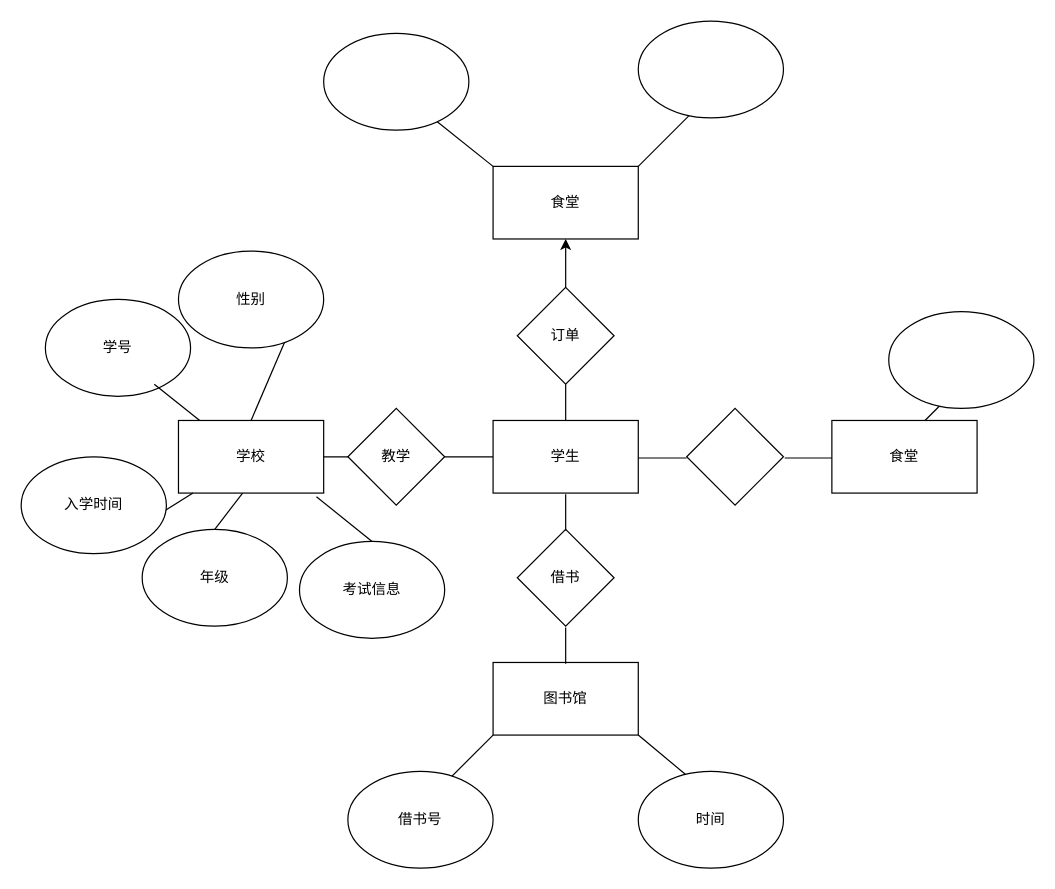
Before: 比赛一站式校园服务系统e-r.drawio in postgraduate1/action3, a draw.io diagram. Source tidied: cells renumbered, new cells numbered last; positions are measured from the earlier drawing's top-left corner, leaving out a move shared by most shapes. Both pictures are drawn from the tidied source at 121%, with x=0, y=0 at pixel (21, 21).
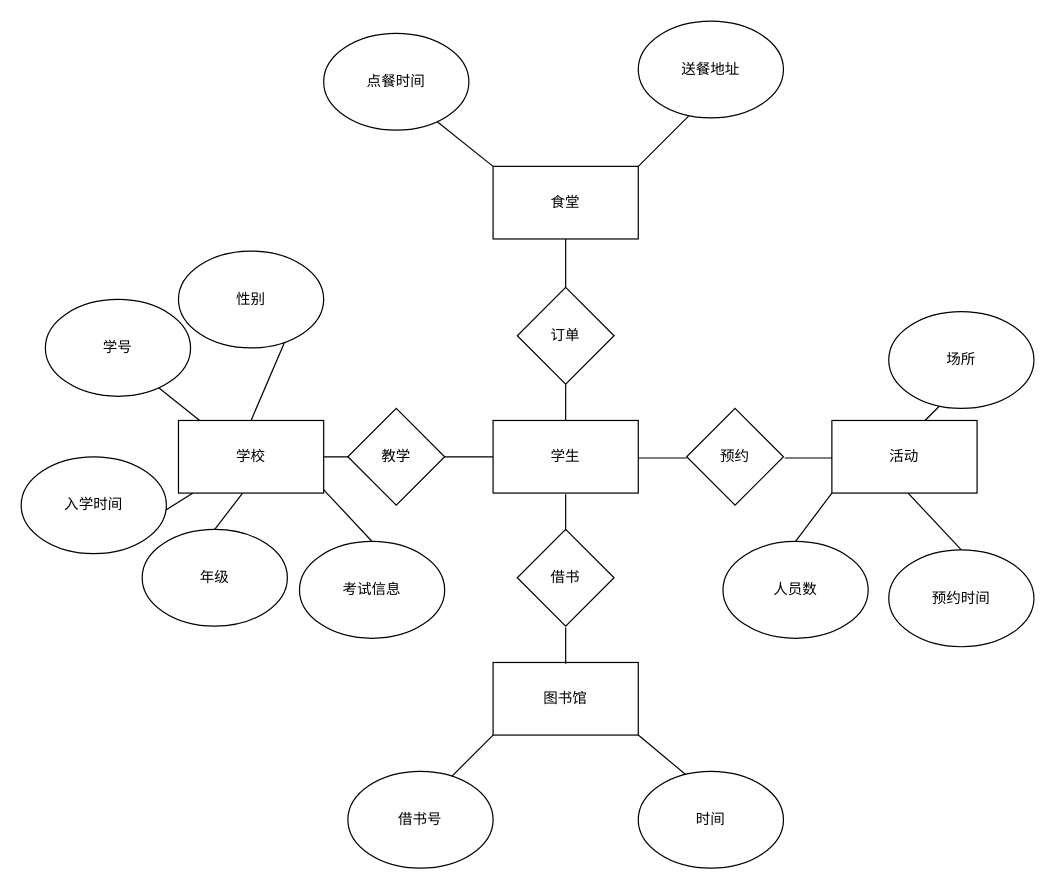
The same diagram, later.

Commit message (it also covers changes not shown here):
更新比赛一站式校园服务系统e-r.drawio

The change refers to these unchanged cells:
```xml
<mxCell id="4" value="订单" style="rhombus;whiteSpace=wrap;html=1;" parent="1" vertex="1">
  <mxGeometry x="410" y="220" width="80" height="80" as="geometry" />
</mxCell>
<mxCell id="5" value="食堂" style="whiteSpace=wrap;html=1;" parent="1" vertex="1">
  <mxGeometry x="390" y="120" width="120" height="60" as="geometry" />
</mxCell>
<mxCell id="37" value="考试信息" style="ellipse;whiteSpace=wrap;html=1;" parent="1" vertex="1">
  <mxGeometry x="230" y="430" width="120" height="80" as="geometry" />
</mxCell>
```

The edit, as a diff of the source:
```diff
@@
-    <mxCell id="3" style="edgeStyle=orthogonalEdgeStyle;rounded=0;jettySize=auto;html=1;" parent="1" edge="1" source="4" target="5">
-      <mxGeometry relative="1" as="geometry" />
-    </mxCell>
@@
-    <mxCell id="9" style="rhombus;whiteSpace=wrap;html=1;" parent="1" vertex="1">
+    <mxCell id="9" value="预约" style="rhombus;whiteSpace=wrap;html=1;" parent="1" vertex="1">
       <mxGeometry x="550" y="320" width="80" height="80" as="geometry" />
     </mxCell>
@@
-    <mxCell id="22" style="ellipse;whiteSpace=wrap;html=1;" parent="1" vertex="1">
+    <mxCell id="22" value="点餐时间" style="ellipse;whiteSpace=wrap;html=1;" parent="1" vertex="1">
       <mxGeometry x="250" y="10" width="120" height="80" as="geometry" />
     </mxCell>
-    <mxCell id="23" style="ellipse;whiteSpace=wrap;html=1;" parent="1" vertex="1">
+    <mxCell id="23" value="送餐地址" style="ellipse;whiteSpace=wrap;html=1;" parent="1" vertex="1">
       <mxGeometry x="510" width="120" height="80" as="geometry" />
     </mxCell>
@@
-    <mxCell id="25" style="ellipse;whiteSpace=wrap;html=1;" parent="1" vertex="1">
+    <mxCell id="25" value="场所" style="ellipse;whiteSpace=wrap;html=1;" parent="1" vertex="1">
       <mxGeometry x="717" y="240" width="120" height="80" as="geometry" />
     </mxCell>
@@
-    <mxCell id="27" value="食堂" style="whiteSpace=wrap;html=1;" parent="1" vertex="1">
+    <mxCell id="27" value="活动" style="whiteSpace=wrap;html=1;" parent="1" vertex="1">
       <mxGeometry x="670" y="330" width="120" height="60" as="geometry" />
     </mxCell>
-    <mxCell id="28" value="学号" style="ellipse;whiteSpace=wrap;html=1;" parent="1" vertex="1">
-      <mxGeometry x="20" y="230" width="120" height="80" as="geometry" />
-    </mxCell>
@@
-    <mxCell id="30" value="学校" style="whiteSpace=wrap;html=1;" parent="1" vertex="1">
-      <mxGeometry x="130" y="330" width="120" height="60" as="geometry" />
-    </mxCell>
@@
-    <mxCell id="38" style="endArrow=none;html=1;rounded=0;exitX=0.5;exitY=0;exitDx=0;exitDy=0;entryX=0.95;entryY=1.05;entryDx=0;entryDy=0;entryPerimeter=0;" parent="1" edge="1" source="37" target="30">
+    <mxCell id="38" style="endArrow=none;html=1;rounded=0;exitX=0.5;exitY=0;exitDx=0;exitDy=0;entryX=0.967;entryY=0.883;entryDx=0;entryDy=0;entryPerimeter=0;" parent="1" edge="1" source="37" target="30">
       <mxGeometry relative="1" as="geometry" />
     </mxCell>
+    <mxCell id="39" style="endArrow=none;html=1;rounded=0;exitX=0.5;exitY=0;exitDx=0;exitDy=0;entryX=0.967;entryY=0.883;entryDx=0;entryDy=0;entryPerimeter=0;" parent="1" edge="1" source="40">
+      <mxGeometry relative="1" as="geometry">
+        <mxPoint x="733" y="390" as="targetPoint" />
+      </mxGeometry>
+    </mxCell>
+    <mxCell id="40" value="预约时间" style="ellipse;whiteSpace=wrap;html=1;" parent="1" vertex="1">
+      <mxGeometry x="717" y="437" width="120" height="80" as="geometry" />
+    </mxCell>
+    <mxCell id="41" value="&lt;div&gt;人员数&lt;br&gt;&lt;/div&gt;" style="ellipse;whiteSpace=wrap;html=1;" parent="1" vertex="1">
+      <mxGeometry x="580" y="430" width="120" height="80" as="geometry" />
+    </mxCell>
+    <mxCell id="42" style="endArrow=none;html=1;rounded=0;exitX=0.5;exitY=0;exitDx=0;exitDy=0;entryX=0;entryY=1;entryDx=0;entryDy=0;" parent="1" edge="1" source="41" target="27">
+      <mxGeometry relative="1" as="geometry" />
+    </mxCell>
+    <mxCell id="3" style="endArrow=none;html=1;rounded=0;exitX=0.5;exitY=0;exitDx=0;exitDy=0;entryX=0.5;entryY=1;entryDx=0;entryDy=0;" parent="1" edge="1" source="4" target="5">
+      <mxGeometry relative="1" as="geometry" />
+    </mxCell>
+    <mxCell id="28" value="学号" style="ellipse;whiteSpace=wrap;html=1;" parent="1" vertex="1">
+      <mxGeometry x="20" y="230" width="120" height="80" as="geometry" />
+    </mxCell>
+    <mxCell id="30" value="学校" style="whiteSpace=wrap;html=1;" parent="1" vertex="1">
+      <mxGeometry x="130" y="330" width="120" height="60" as="geometry" />
+    </mxCell>
```
